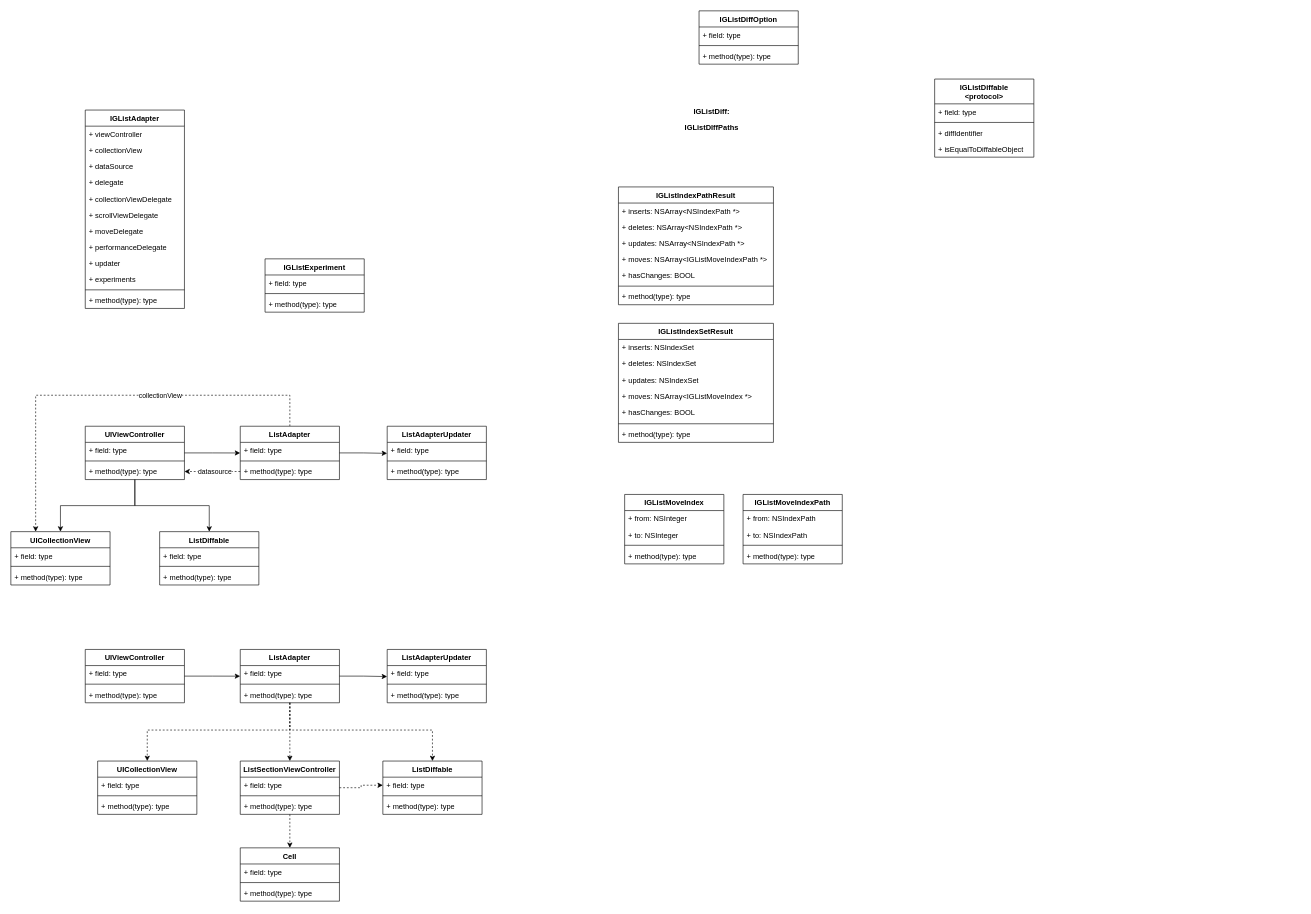
baochuquan/drawio keeps this draw.io diagram as iglist.drawio. Above is the earlier version. Source tidied: cells renumbered, new cells numbered last; positions are measured from the earlier drawing's top-left corner, leaving out a move shared by most shapes. Both pictures are drawn from the tidied source at 62%, with x=0, y=0 at pixel (11, 11).
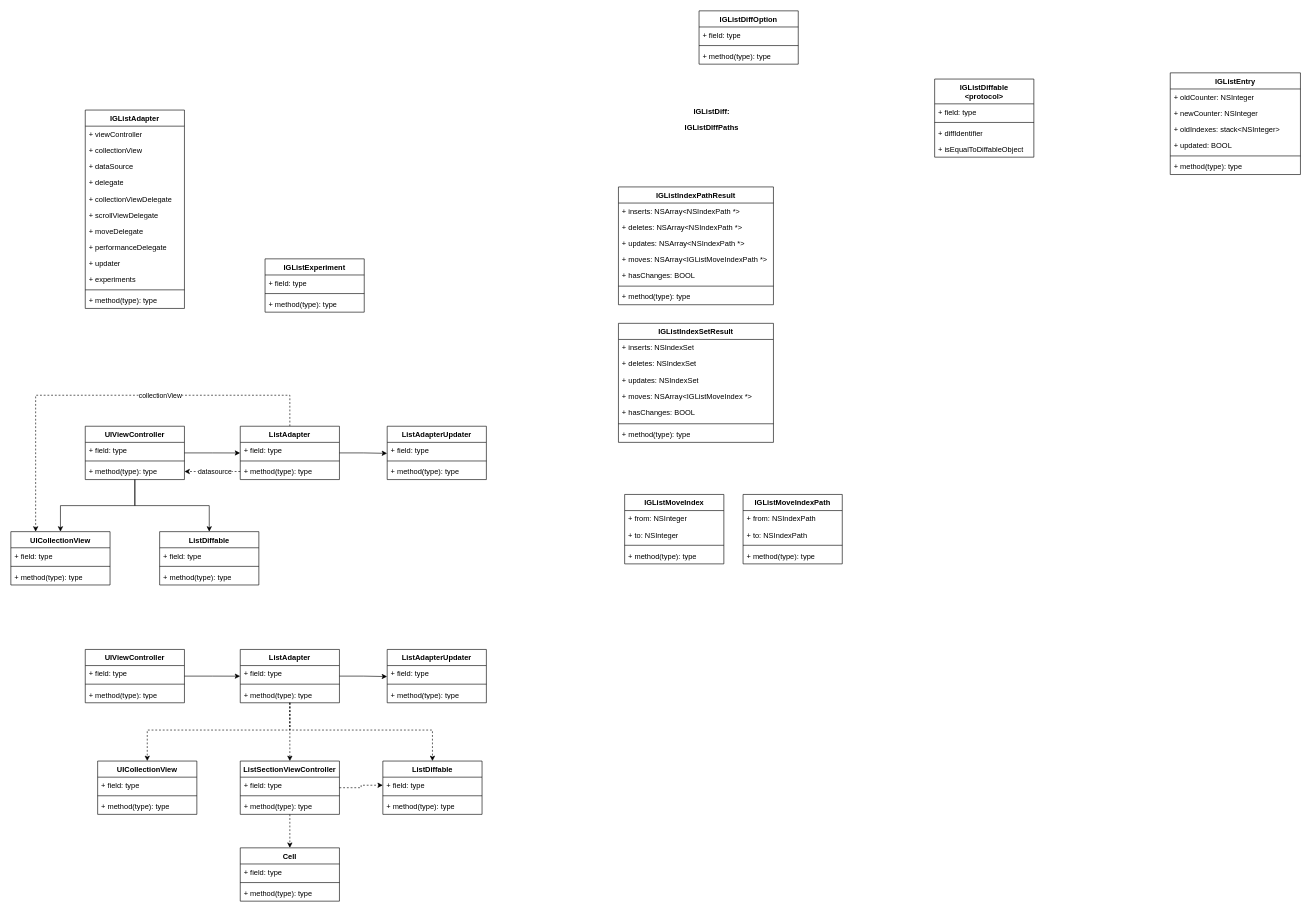
After the change.

Diff of the diagram source:
```diff
@@
+    <mxCell id="119" value="IGListEntry" style="swimlane;fontStyle=1;align=center;verticalAlign=top;horizontal=1;startSize=26;whiteSpace=wrap;html=1;" parent="1" vertex="1">
+      <mxGeometry x="1870" y="100" width="210" height="164" as="geometry" />
+    </mxCell>
+    <mxCell id="120" value="+ oldCounter: NSInteger" style="text;strokeColor=none;fillColor=none;align=left;verticalAlign=top;spacingLeft=4;spacingRight=4;overflow=hidden;whiteSpace=wrap;html=1;" parent="119" vertex="1">
+      <mxGeometry y="26" width="210" height="26" as="geometry" />
+    </mxCell>
+    <mxCell id="121" value="+ newCounter: NSInteger" style="text;strokeColor=none;fillColor=none;align=left;verticalAlign=top;spacingLeft=4;spacingRight=4;overflow=hidden;whiteSpace=wrap;html=1;" parent="119" vertex="1">
+      <mxGeometry y="52" width="210" height="26" as="geometry" />
+    </mxCell>
+    <mxCell id="122" value="+ oldIndexes: stack&amp;lt;NSInteger&amp;gt;" style="text;strokeColor=none;fillColor=none;align=left;verticalAlign=top;spacingLeft=4;spacingRight=4;overflow=hidden;whiteSpace=wrap;html=1;" parent="119" vertex="1">
+      <mxGeometry y="78" width="210" height="26" as="geometry" />
+    </mxCell>
+    <mxCell id="123" value="+ updated: BOOL" style="text;strokeColor=none;fillColor=none;align=left;verticalAlign=top;spacingLeft=4;spacingRight=4;overflow=hidden;whiteSpace=wrap;html=1;" parent="119" vertex="1">
+      <mxGeometry y="104" width="210" height="26" as="geometry" />
+    </mxCell>
+    <mxCell id="124" style="line;strokeWidth=1;fillColor=none;align=left;verticalAlign=middle;spacingTop=-1;spacingLeft=3;spacingRight=3;labelPosition=right;strokeColor=inherit;" parent="119" vertex="1">
+      <mxGeometry y="130" width="210" height="8" as="geometry" />
+    </mxCell>
+    <mxCell id="125" value="+ method(type): type" style="text;strokeColor=none;fillColor=none;align=left;verticalAlign=top;spacingLeft=4;spacingRight=4;overflow=hidden;whiteSpace=wrap;html=1;" parent="119" vertex="1">
+      <mxGeometry y="138" width="210" height="26" as="geometry" />
+    </mxCell>
```
